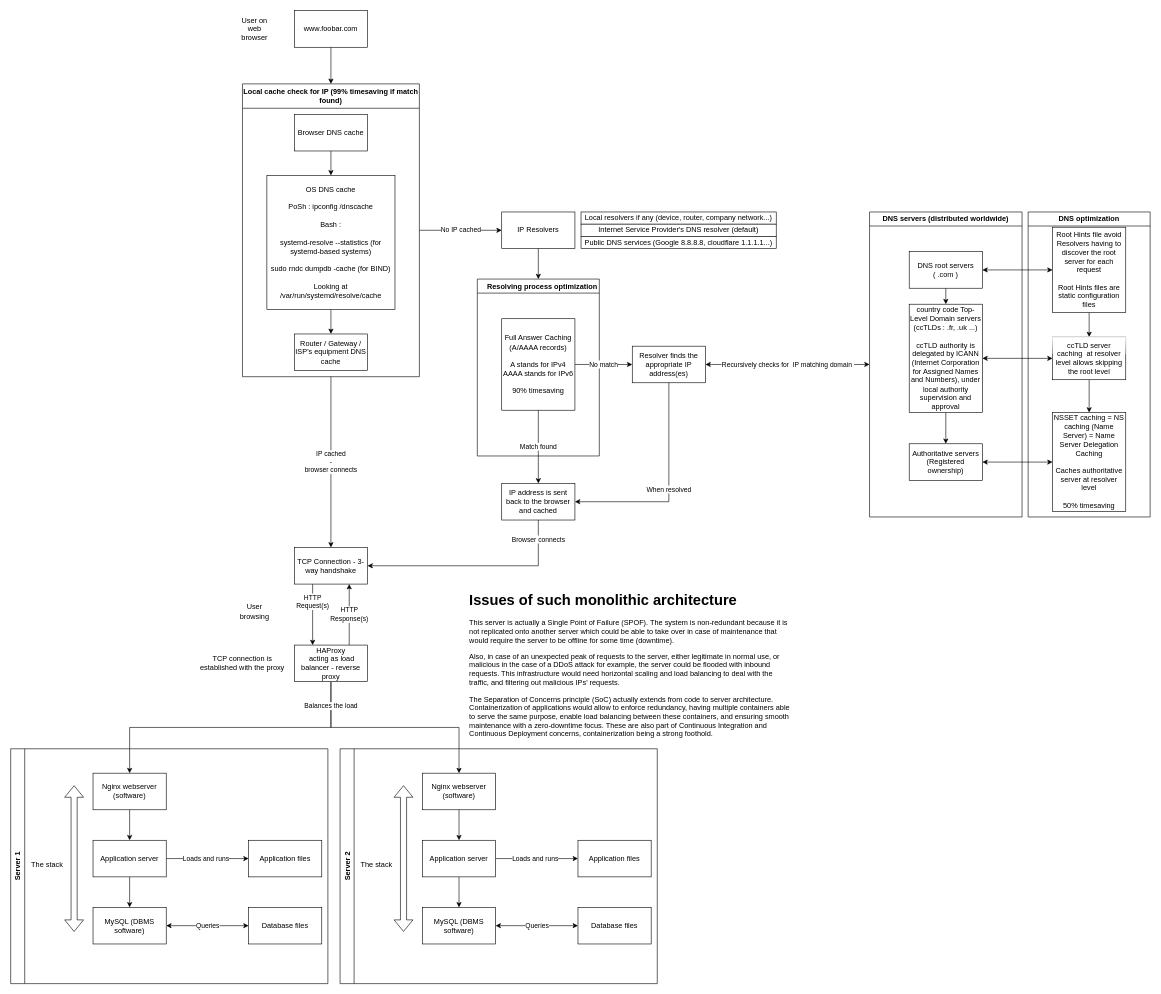
jmitchell35/holbertonschool-system_engineering-devops keeps this draw.io diagram as web_infrastructure_design/1-distributed_web_infrastructure.drawio. Above is the earlier version. Source tidied: cells renumbered, new cells numbered last; positions are measured from the earlier drawing's top-left corner, leaving out a move shared by most shapes. Both pictures are drawn from the tidied source at 61%, with x=0, y=0 at pixel (10, 10).
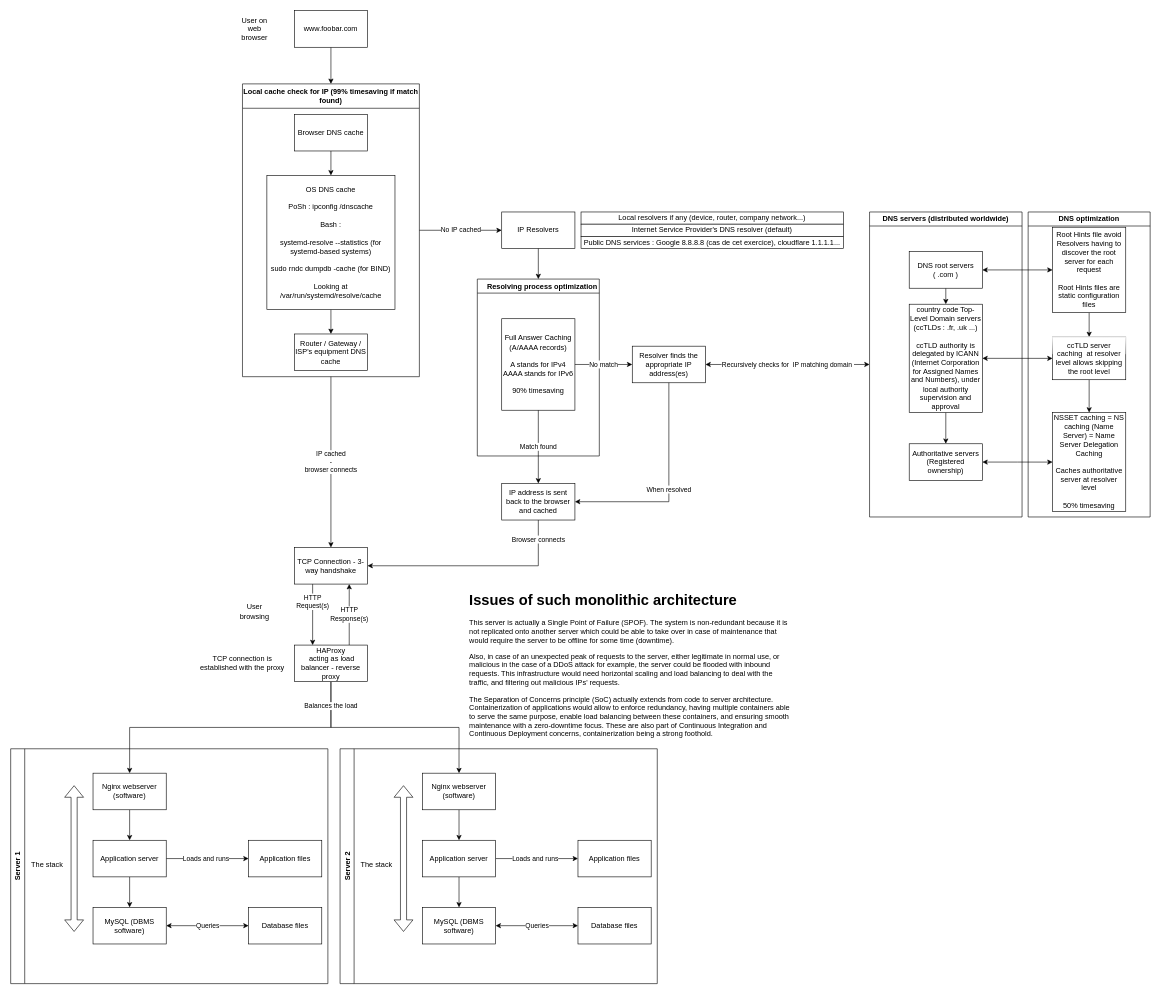
After the change.

The change refers to these unchanged cells:
```xml
<mxCell id="31" style="group;" parent="1" vertex="1">
  <mxGeometry x="765" y="330" width="1103" height="505" as="geometry" />
</mxCell>
```

What changed in the source:
```diff
@@
     <mxCell id="49" style="group;" parent="31" vertex="1">
-      <mxGeometry x="170" width="320" height="60" as="geometry" />
+      <mxGeometry x="170" width="430" height="60" as="geometry" />
     </mxCell>
     <mxCell id="50" value="Local resolvers if any (device, router, company network...)" style="rounded=0;whiteSpace=wrap;html=1;" parent="49" vertex="1">
-      <mxGeometry width="320" height="20" as="geometry" />
+      <mxGeometry width="430" height="20" as="geometry" />
     </mxCell>
     <mxCell id="51" value="Internet Service Provider's DNS resolver (default)" style="rounded=0;whiteSpace=wrap;html=1;" parent="49" vertex="1">
-      <mxGeometry y="20" width="320" height="20" as="geometry" />
+      <mxGeometry y="20" width="430" height="20" as="geometry" />
     </mxCell>
-    <mxCell id="52" value="Public DNS services (Google 8.8.8.8, cloudflare 1.1.1.1...)" style="rounded=0;whiteSpace=wrap;html=1;" parent="49" vertex="1">
-      <mxGeometry y="40" width="320" height="20" as="geometry" />
+    <mxCell id="52" value="Public DNS services : Google 8.8.8.8 (cas de cet exercice), cloudflare 1.1.1.1..." style="rounded=0;whiteSpace=wrap;html=1;fillColor=light-dark(#FFFFFF,#99CCFF);" parent="49" vertex="1">
+      <mxGeometry y="40" width="430" height="20" as="geometry" />
     </mxCell>
```
